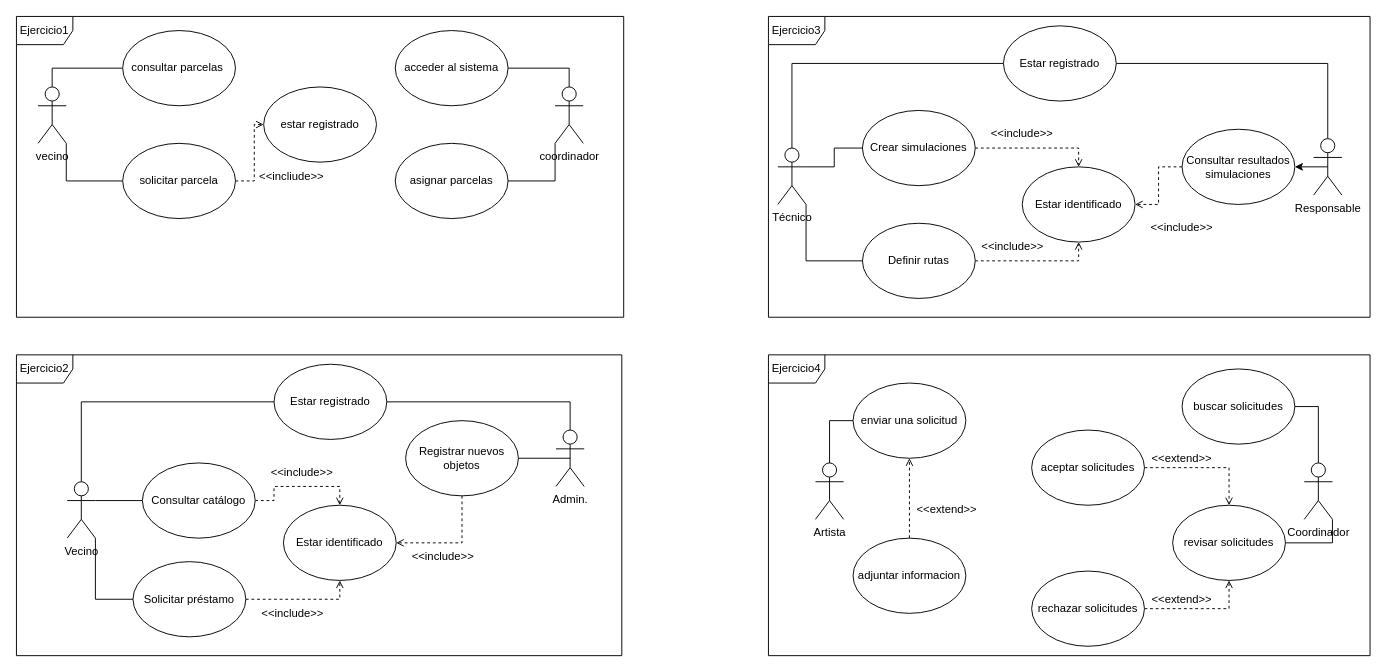
Before: page "Página-1" (1 of 15) of EEDD/Tema 3/ejercicios1_2_3_4_EjerciciosAdi(II).drawio in rodrihersan/1-CFGS-DAW---copia, a draw.io diagram. Source tidied: cells renumbered, new cells numbered last; positions are measured from the earlier drawing's top-left corner, leaving out a move shared by most shapes. Both pictures are drawn from the tidied source at 94%, with x=0, y=0 at pixel (16, 16).
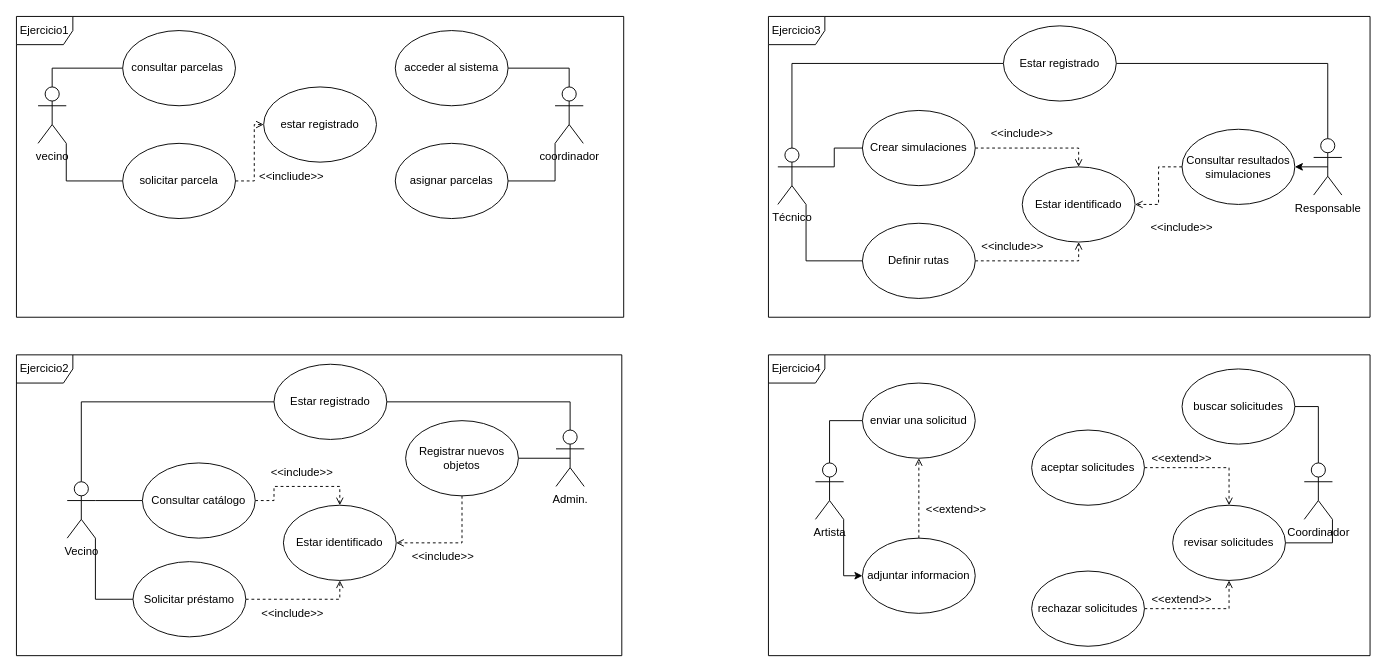
The same page after the edit.

Unchanged cells that the change refers to:
```xml
<mxCell id="59" value="Artista" style="shape=umlActor;verticalLabelPosition=bottom;verticalAlign=top;html=1;" parent="1" vertex="1">
  <mxGeometry x="850" y="475" width="30" height="60" as="geometry" />
</mxCell>
```

The edit, as a diff of the source:
```diff
@@
+    <mxCell id="72" style="edgeStyle=orthogonalEdgeStyle;rounded=0;jettySize=auto;html=1;exitX=1;exitY=1;exitDx=0;exitDy=0;exitPerimeter=0;entryX=0;entryY=0.5;entryDx=0;entryDy=0;" parent="1" edge="1" source="59" target="62">
+      <mxGeometry relative="1" as="geometry" />
+    </mxCell>
@@
     <mxCell id="62" value="adjuntar informacion" style="ellipse;whiteSpace=wrap;html=1;" parent="1" vertex="1">
-      <mxGeometry x="890" y="555" width="120" height="80" as="geometry" />
+      <mxGeometry x="900" y="555" width="120" height="80" as="geometry" />
     </mxCell>
     <mxCell id="63" value="enviar una solicitud" style="ellipse;whiteSpace=wrap;html=1;" parent="1" vertex="1">
-      <mxGeometry x="890" y="390" width="120" height="80" as="geometry" />
+      <mxGeometry x="900" y="390" width="120" height="80" as="geometry" />
     </mxCell>
@@
     <mxCell id="71" value="&amp;lt;&amp;lt;extend&amp;gt;&amp;gt;" style="text;html=1;whiteSpace=wrap;strokeColor=none;fillColor=none;align=center;verticalAlign=middle;rounded=0;" parent="1" vertex="1">
-      <mxGeometry x="960" y="510" width="60" height="30" as="geometry" />
+      <mxGeometry x="970" y="510" width="60" height="30" as="geometry" />
     </mxCell>
```
